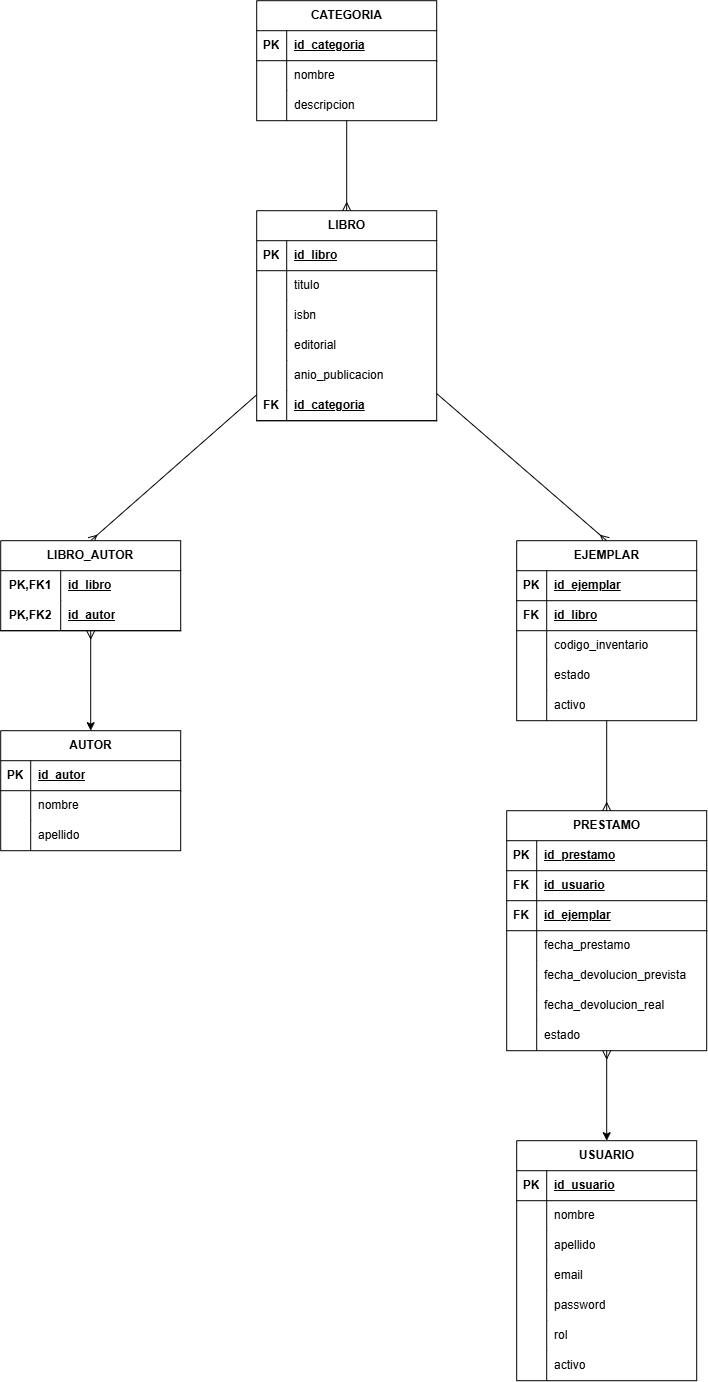
This is database/DER-BiblioGest.png from LuMendez7/TRABAJO-FINAL---GRUPO-205, a draw.io export, as it was before one commit. Source tidied: cells renumbered, new cells last; positions are measured from the earlier drawing's top-left corner, leaving out a move shared by most shapes.
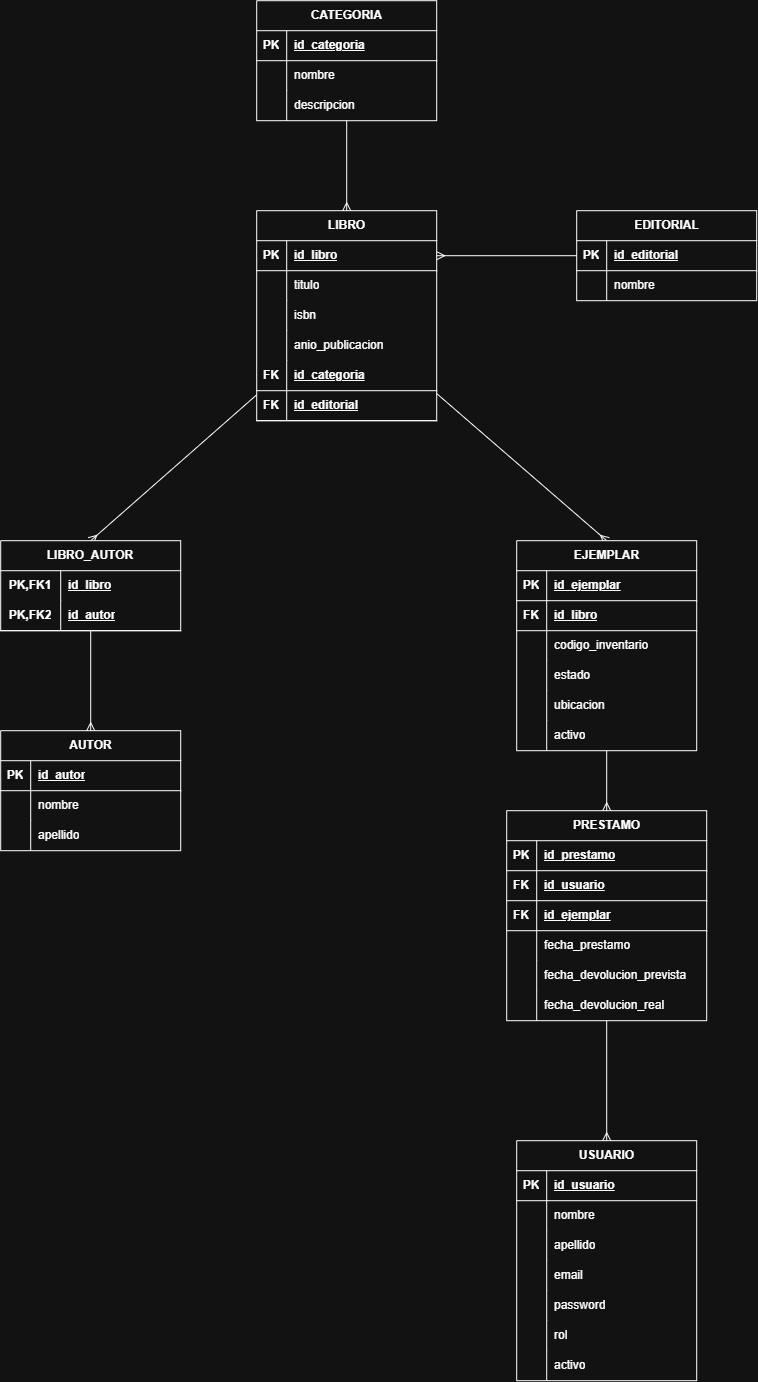
After the change.

Commit message:
Actualiza DER según devolución del tutor

Se actualiza el diagrama entidad-relación incorporando Editorial como entidad, la ubicación física del ejemplar y los ajustes realizados en el manejo de estados.

What changed in the source:
```diff
@@ -104,17 +104,8 @@
     <mxCell id="35" value="isbn" style="shape=partialRectangle;fillColor=none;top=0;left=0;bottom=0;right=0;align=left;spacingLeft=6;overflow=hidden;whiteSpace=wrap;html=1;" parent="33" vertex="1">
       <mxGeometry x="30" width="150" height="30" as="geometry" />
     </mxCell>
-    <mxCell id="36" style="shape=tableRow;horizontal=0;startSize=0;swimlaneHead=0;swimlaneBody=0;fillColor=none;top=0;left=0;right=0;bottom=0;" parent="26" vertex="1">
-      <mxGeometry y="120" width="180" height="30" as="geometry" />
-    </mxCell>
-    <mxCell id="37" style="shape=partialRectangle;fillColor=none;top=0;left=0;bottom=0;right=0;overflow=hidden;whiteSpace=wrap;html=1;" parent="36" vertex="1">
-      <mxGeometry width="30" height="30" as="geometry" />
-    </mxCell>
-    <mxCell id="38" value="editorial" style="shape=partialRectangle;fillColor=none;top=0;left=0;bottom=0;right=0;align=left;spacingLeft=6;overflow=hidden;whiteSpace=wrap;html=1;" parent="36" vertex="1">
-      <mxGeometry x="30" width="150" height="30" as="geometry" />
-    </mxCell>
     <mxCell id="39" style="shape=tableRow;horizontal=0;startSize=0;swimlaneHead=0;swimlaneBody=0;fillColor=none;top=0;left=0;right=0;bottom=0;" parent="26" vertex="1">
-      <mxGeometry y="150" width="180" height="30" as="geometry" />
+      <mxGeometry y="120" width="180" height="30" as="geometry" />
     </mxCell>
     <mxCell id="40" style="shape=partialRectangle;fillColor=none;top=0;left=0;bottom=0;right=0;overflow=hidden;whiteSpace=wrap;html=1;" parent="39" vertex="1">
       <mxGeometry width="30" height="30" as="geometry" />
@@ -122,15 +113,24 @@
     <mxCell id="41" value="anio_publicacion" style="shape=partialRectangle;fillColor=none;top=0;left=0;bottom=0;right=0;align=left;spacingLeft=6;overflow=hidden;whiteSpace=wrap;html=1;" parent="39" vertex="1">
       <mxGeometry x="30" width="150" height="30" as="geometry" />
     </mxCell>
+    <mxCell id="114" style="shape=tableRow;horizontal=0;startSize=0;swimlaneHead=0;swimlaneBody=0;fillColor=none;top=0;left=0;right=0;bottom=1;" parent="26" vertex="1">
+      <mxGeometry y="150" width="180" height="30" as="geometry" />
+    </mxCell>
+    <mxCell id="115" value="FK" style="shape=partialRectangle;fillColor=none;top=0;left=0;bottom=0;right=0;fontStyle=1;overflow=hidden;whiteSpace=wrap;html=1;" parent="114" vertex="1">
+      <mxGeometry width="30" height="30" as="geometry" />
+    </mxCell>
+    <mxCell id="44" value="id_categoria" style="shape=partialRectangle;fillColor=none;top=0;left=0;bottom=0;right=0;align=left;spacingLeft=6;fontStyle=5;overflow=hidden;whiteSpace=wrap;html=1;" parent="114" vertex="1">
+      <mxGeometry x="30" width="150" height="30" as="geometry" />
+    </mxCell>
     <mxCell id="42" style="shape=tableRow;horizontal=0;startSize=0;swimlaneHead=0;swimlaneBody=0;fillColor=none;top=0;left=0;right=0;bottom=1;" parent="26" vertex="1">
       <mxGeometry y="180" width="180" height="30" as="geometry" />
     </mxCell>
-    <mxCell id="43" value="FK" style="shape=partialRectangle;fillColor=none;top=0;left=0;bottom=0;right=0;fontStyle=1;overflow=hidden;whiteSpace=wrap;html=1;" parent="42" vertex="1">
-      <mxGeometry width="30" height="30" as="geometry" />
-    </mxCell>
-    <mxCell id="44" value="id_categoria" style="shape=partialRectangle;fillColor=none;top=0;left=0;bottom=0;right=0;align=left;spacingLeft=6;fontStyle=5;overflow=hidden;whiteSpace=wrap;html=1;" parent="42" vertex="1">
-      <mxGeometry x="30" width="150" height="30" as="geometry" />
-    </mxCell>
+    <mxCell id="116" value="FK" style="shape=partialRectangle;fillColor=none;top=0;left=0;bottom=0;right=0;fontStyle=1;overflow=hidden;whiteSpace=wrap;html=1;" parent="42" vertex="1">
+      <mxGeometry width="30" height="30" as="geometry" />
+    </mxCell>
+    <mxCell id="117" value="&lt;span style=&quot;text-align: center; white-space: nowrap;&quot;&gt;id_editorial&lt;/span&gt;" style="shape=partialRectangle;fillColor=none;top=0;left=0;bottom=0;right=0;align=left;spacingLeft=6;fontStyle=5;overflow=hidden;whiteSpace=wrap;html=1;" parent="42" vertex="1">
+      <mxGeometry x="30" width="150" height="30" as="geometry" />
+    </mxCell>
     <mxCell id="45" style="rounded=0;jettySize=auto;html=1;entryX=0.5;entryY=0;entryDx=0;entryDy=0;endArrow=ERmany;endFill=0;" parent="1" edge="1" source="46" target="26">
       <mxGeometry relative="1" as="geometry" />
     </mxCell>
@@ -194,11 +194,11 @@
     <mxCell id="65" value="apellido" style="shape=partialRectangle;fillColor=none;top=0;left=0;bottom=0;right=0;align=left;spacingLeft=6;overflow=hidden;whiteSpace=wrap;html=1;" parent="63" vertex="1">
       <mxGeometry x="30" width="150" height="30" as="geometry" />
     </mxCell>
-    <mxCell id="66" style="rounded=0;jettySize=auto;html=1;entryX=0.5;entryY=0;entryDx=0;entryDy=0;startArrow=ERmany;startFill=0;" parent="1" edge="1" source="67" target="2">
+    <mxCell id="66" style="rounded=0;jettySize=auto;html=1;entryX=0.5;entryY=0;entryDx=0;entryDy=0;endArrow=ERmany;endFill=0;" parent="1" edge="1" source="67" target="2">
       <mxGeometry relative="1" as="geometry" />
     </mxCell>
     <mxCell id="67" value="PRESTAMO" style="shape=table;startSize=30;rowLines=0;fontStyle=1;align=center;html=1;" parent="1" vertex="1">
-      <mxGeometry x="506" y="810" width="200" height="240" as="geometry" />
+      <mxGeometry x="506" y="810" width="200" height="210" as="geometry" />
     </mxCell>
     <mxCell id="68" style="shape=tableRow;horizontal=0;startSize=0;swimlaneHead=0;swimlaneBody=0;fillColor=none;top=0;left=0;right=0;bottom=1;" parent="67" vertex="1">
       <mxGeometry y="30" width="200" height="30" as="geometry" />
@@ -254,20 +254,11 @@
     <mxCell id="85" value="fecha_devolucion_real" style="shape=partialRectangle;fillColor=none;top=0;left=0;bottom=0;right=0;align=left;spacingLeft=6;overflow=hidden;whiteSpace=wrap;html=1;" parent="83" vertex="1">
       <mxGeometry x="30" width="170" height="30" as="geometry" />
     </mxCell>
-    <mxCell id="86" style="shape=tableRow;horizontal=0;startSize=0;swimlaneHead=0;swimlaneBody=0;fillColor=none;top=0;left=0;right=0;bottom=0;" parent="67" vertex="1">
-      <mxGeometry y="210" width="200" height="30" as="geometry" />
-    </mxCell>
-    <mxCell id="87" style="shape=partialRectangle;fillColor=none;top=0;left=0;bottom=0;right=0;overflow=hidden;whiteSpace=wrap;html=1;" parent="86" vertex="1">
-      <mxGeometry width="30" height="30" as="geometry" />
-    </mxCell>
-    <mxCell id="88" value="estado" style="shape=partialRectangle;fillColor=none;top=0;left=0;bottom=0;right=0;align=left;spacingLeft=6;overflow=hidden;whiteSpace=wrap;html=1;" parent="86" vertex="1">
-      <mxGeometry x="30" width="170" height="30" as="geometry" />
-    </mxCell>
     <mxCell id="89" style="rounded=0;jettySize=auto;html=1;entryX=0.5;entryY=0;entryDx=0;entryDy=0;endArrow=ERmany;endFill=0;" parent="1" edge="1" source="90" target="67">
       <mxGeometry relative="1" as="geometry" />
     </mxCell>
     <mxCell id="90" value="EJEMPLAR" style="shape=table;startSize=30;rowLines=0;fontStyle=1;align=center;html=1;" parent="1" vertex="1">
-      <mxGeometry x="516" y="540" width="180" height="180" as="geometry" />
+      <mxGeometry x="516" y="540" width="180" height="210" as="geometry" />
     </mxCell>
     <mxCell id="91" style="shape=tableRow;horizontal=0;startSize=0;swimlaneHead=0;swimlaneBody=0;fillColor=none;top=0;left=0;right=0;bottom=1;" parent="90" vertex="1">
       <mxGeometry y="30" width="180" height="30" as="geometry" />
@@ -311,10 +302,19 @@
     <mxCell id="104" style="shape=partialRectangle;fillColor=none;top=0;left=0;bottom=0;right=0;overflow=hidden;whiteSpace=wrap;html=1;" parent="103" vertex="1">
       <mxGeometry width="30" height="30" as="geometry" />
     </mxCell>
-    <mxCell id="105" value="activo" style="shape=partialRectangle;fillColor=none;top=0;left=0;bottom=0;right=0;align=left;spacingLeft=6;overflow=hidden;whiteSpace=wrap;html=1;" parent="103" vertex="1">
+    <mxCell id="105" value="ubicacion" style="shape=partialRectangle;fillColor=none;top=0;left=0;bottom=0;right=0;align=left;spacingLeft=6;overflow=hidden;whiteSpace=wrap;html=1;" parent="103" vertex="1">
       <mxGeometry x="30" width="150" height="30" as="geometry" />
     </mxCell>
+    <mxCell id="118" style="shape=tableRow;horizontal=0;startSize=0;swimlaneHead=0;swimlaneBody=0;fillColor=none;top=0;left=0;right=0;bottom=0;" parent="90" vertex="1">
+      <mxGeometry y="180" width="180" height="30" as="geometry" />
+    </mxCell>
+    <mxCell id="119" style="shape=partialRectangle;fillColor=none;top=0;left=0;bottom=0;right=0;overflow=hidden;whiteSpace=wrap;html=1;" parent="118" vertex="1">
+      <mxGeometry width="30" height="30" as="geometry" />
+    </mxCell>
+    <mxCell id="120" value="activo" style="shape=partialRectangle;fillColor=none;top=0;left=0;bottom=0;right=0;align=left;spacingLeft=6;overflow=hidden;whiteSpace=wrap;html=1;" parent="118" vertex="1">
+      <mxGeometry x="30" width="150" height="30" as="geometry" />
+    </mxCell>
-    <mxCell id="106" style="rounded=0;jettySize=auto;html=1;entryX=0.5;entryY=0;entryDx=0;entryDy=0;startArrow=ERmany;startFill=0;" parent="1" edge="1" source="107" target="56">
+    <mxCell id="106" style="rounded=0;jettySize=auto;html=1;entryX=0.5;entryY=0;entryDx=0;entryDy=0;endArrow=ERmany;endFill=0;" parent="1" edge="1" source="107" target="56">
       <mxGeometry relative="1" as="geometry" />
     </mxCell>
     <mxCell id="107" value="&lt;span style=&quot;white-space: nowrap;&quot;&gt;LIBRO_AUTOR&lt;/span&gt;" style="shape=table;startSize=30;rowLines=0;fontStyle=1;align=center;html=1;whiteSpace=wrap;" parent="1" vertex="1">
@@ -338,5 +338,29 @@
     <mxCell id="113" value="id_autor" style="shape=partialRectangle;fillColor=none;top=0;left=0;bottom=0;right=0;align=left;spacingLeft=6;fontStyle=5;overflow=hidden;html=1;whiteSpace=wrap;" parent="111" vertex="1">
       <mxGeometry x="60" width="120" height="30" as="geometry" />
     </mxCell>
+    <mxCell id="121" value="EDITORIAL" style="shape=table;startSize=30;rowLines=0;fontStyle=1;align=center;html=1;" parent="1" vertex="1">
+      <mxGeometry x="576" y="210" width="180" height="90" as="geometry" />
+    </mxCell>
+    <mxCell id="122" style="shape=tableRow;horizontal=0;startSize=0;swimlaneHead=0;swimlaneBody=0;fillColor=none;points=[[0,0.5],[1,0.5]];portConstraint=eastwest;top=0;left=0;right=0;bottom=1;" parent="121" vertex="1">
+      <mxGeometry y="30" width="180" height="30" as="geometry" />
+    </mxCell>
+    <mxCell id="123" value="PK" style="shape=partialRectangle;fillColor=none;top=0;left=0;bottom=0;right=0;fontStyle=1;overflow=hidden;whiteSpace=wrap;html=1;" parent="122" vertex="1">
+      <mxGeometry width="30" height="30" as="geometry" />
+    </mxCell>
+    <mxCell id="124" value="&lt;span style=&quot;text-align: center; white-space: nowrap;&quot;&gt;id_editorial&lt;/span&gt;" style="shape=partialRectangle;fillColor=none;top=0;left=0;bottom=0;right=0;align=left;spacingLeft=6;fontStyle=5;overflow=hidden;whiteSpace=wrap;html=1;" parent="122" vertex="1">
+      <mxGeometry x="30" width="150" height="30" as="geometry" />
+    </mxCell>
+    <mxCell id="125" style="shape=tableRow;horizontal=0;startSize=0;swimlaneHead=0;swimlaneBody=0;fillColor=none;top=0;left=0;right=0;bottom=0;" parent="121" vertex="1">
+      <mxGeometry y="60" width="180" height="30" as="geometry" />
+    </mxCell>
+    <mxCell id="126" style="shape=partialRectangle;fillColor=none;top=0;left=0;bottom=0;right=0;overflow=hidden;whiteSpace=wrap;html=1;" parent="125" vertex="1">
+      <mxGeometry width="30" height="30" as="geometry" />
+    </mxCell>
+    <mxCell id="127" value="nombre" style="shape=partialRectangle;fillColor=none;top=0;left=0;bottom=0;right=0;align=left;spacingLeft=6;overflow=hidden;whiteSpace=wrap;html=1;" parent="125" vertex="1">
+      <mxGeometry x="30" width="150" height="30" as="geometry" />
+    </mxCell>
+    <mxCell id="128" style="rounded=0;jettySize=auto;html=1;entryX=1;entryY=0.5;entryDx=0;entryDy=0;endArrow=ERmany;endFill=0;" parent="1" edge="1" source="122" target="27">
+      <mxGeometry relative="1" as="geometry" />
+    </mxCell>
   </root>
 </mxGraphModel>
```
